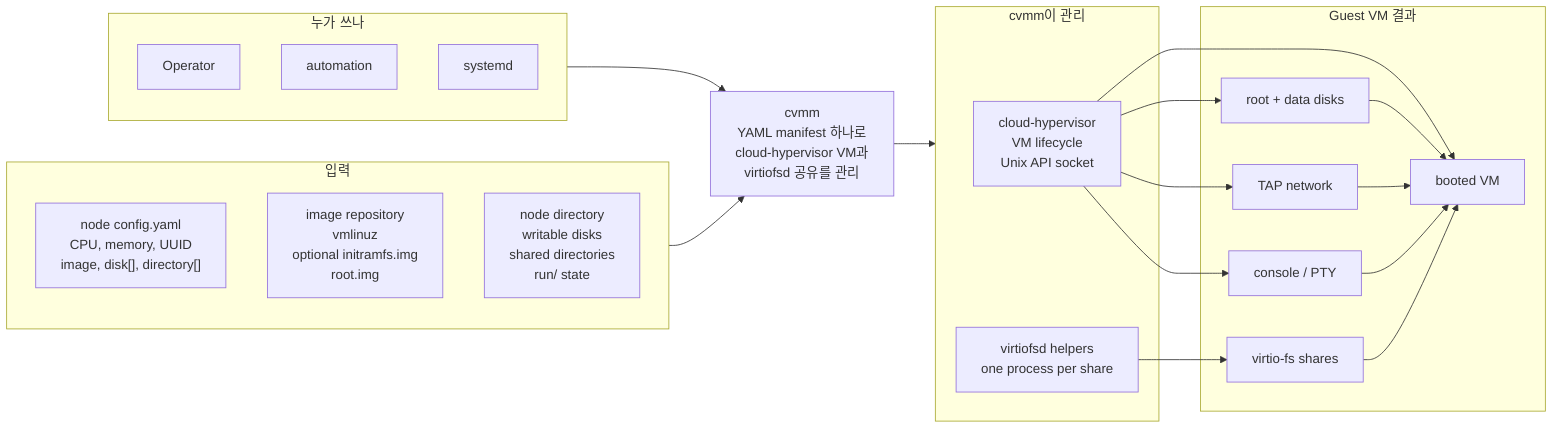
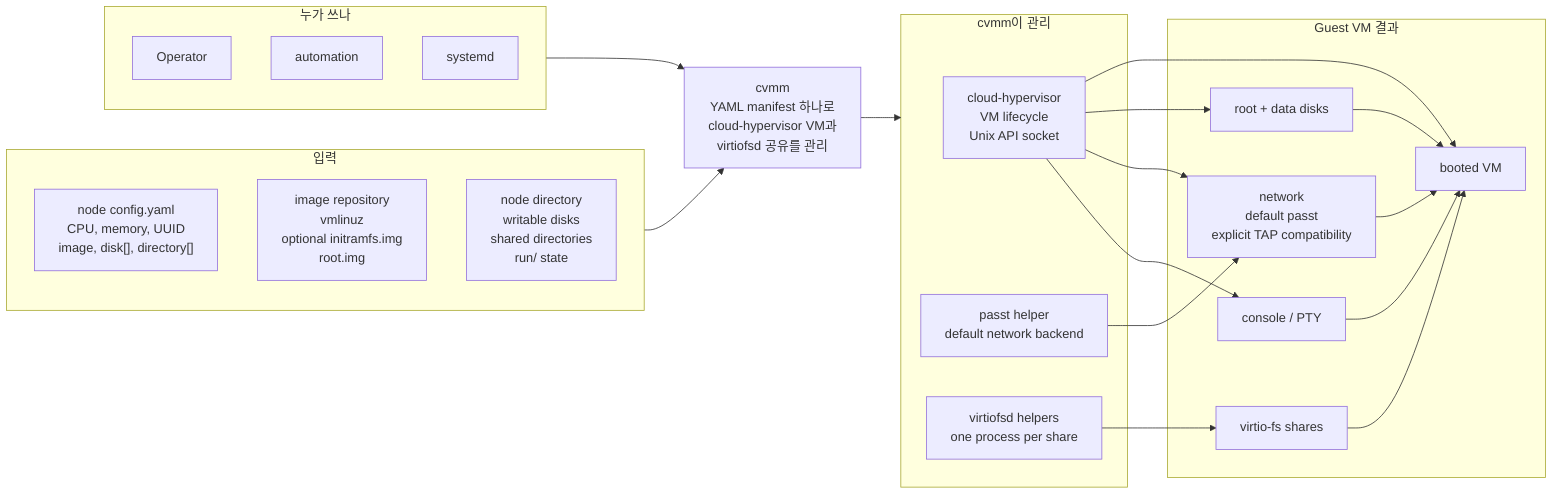
flowchart LR
    subgraph users["누가 쓰나"]
        operator["Operator"]
        automation["automation"]
        systemd["systemd"]
    end

    purpose["cvmm\nYAML manifest 하나로\ncloud-hypervisor VM과\nvirtiofsd 공유를 관리"]

    subgraph inputs["입력"]
        manifest["node config.yaml\nCPU, memory, UUID\nimage, disk[], directory[]"]
        images["image repository\nvmlinuz\noptional initramfs.img\nroot.img"]
        nodeFiles["node directory\nwritable disks\nshared directories\nrun/ state"]
    end

    subgraph manages["cvmm이 관리"]
        ch["cloud-hypervisor\nVM lifecycle\nUnix API socket"]
+         passt["passt helper\ndefault network backend"]
        vfs["virtiofsd helpers\none process per share"]
    end

    subgraph output["Guest VM 결과"]
        vm["booted VM"]
        disks["root + data disks"]
        shares["virtio-fs shares"]
-         network["TAP network"]
+         network["network\ndefault passt\nexplicit TAP compatibility"]
        console["console / PTY"]
    end

    users --> purpose
    inputs --> purpose
    purpose --> manages
    ch --> vm
    ch --> disks
    ch --> network
+     passt --> network
    ch --> console
    vfs --> shares
    disks --> vm
    shares --> vm
    network --> vm
    console --> vm
